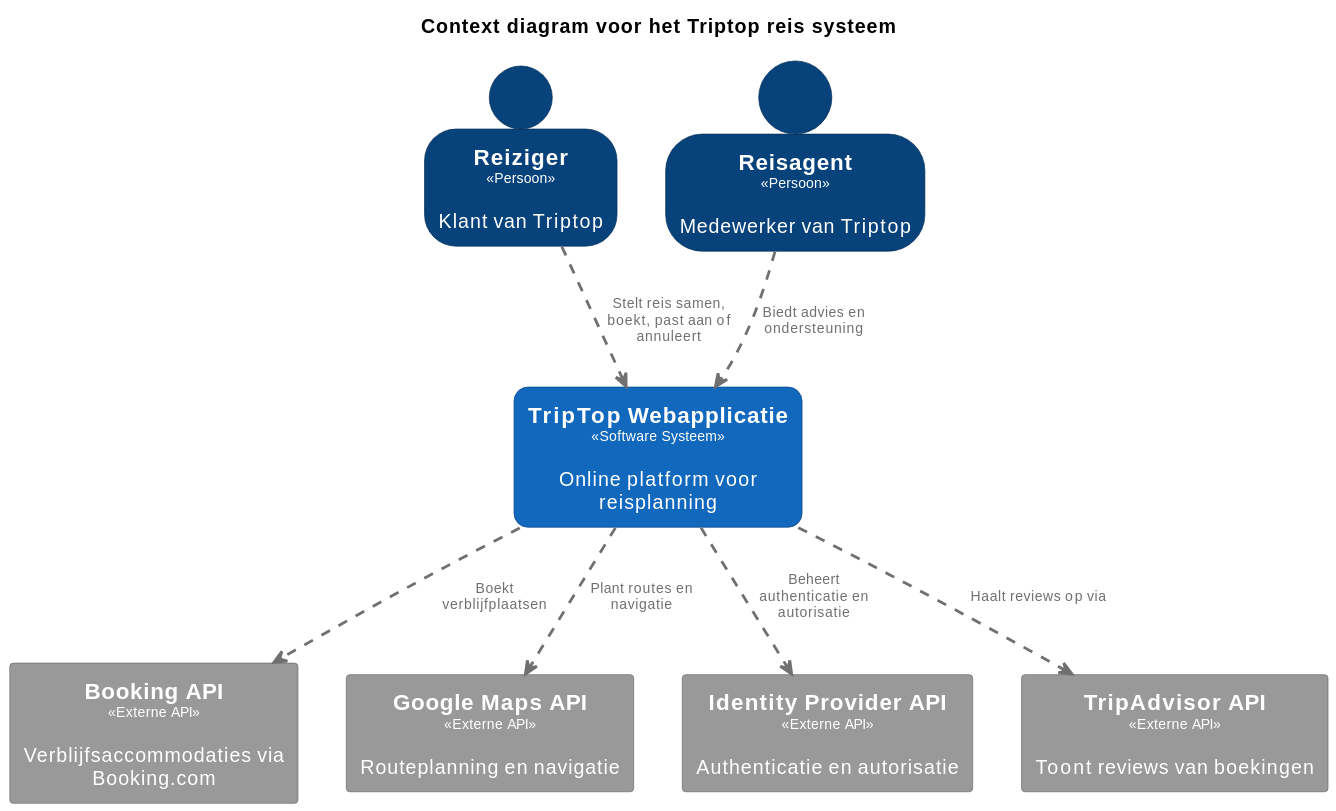
The PlantUML diagram software-guidebook/resources/context-diagram.svg in AIM-ENE-feb25/triptop-groep-b3, before a commit.
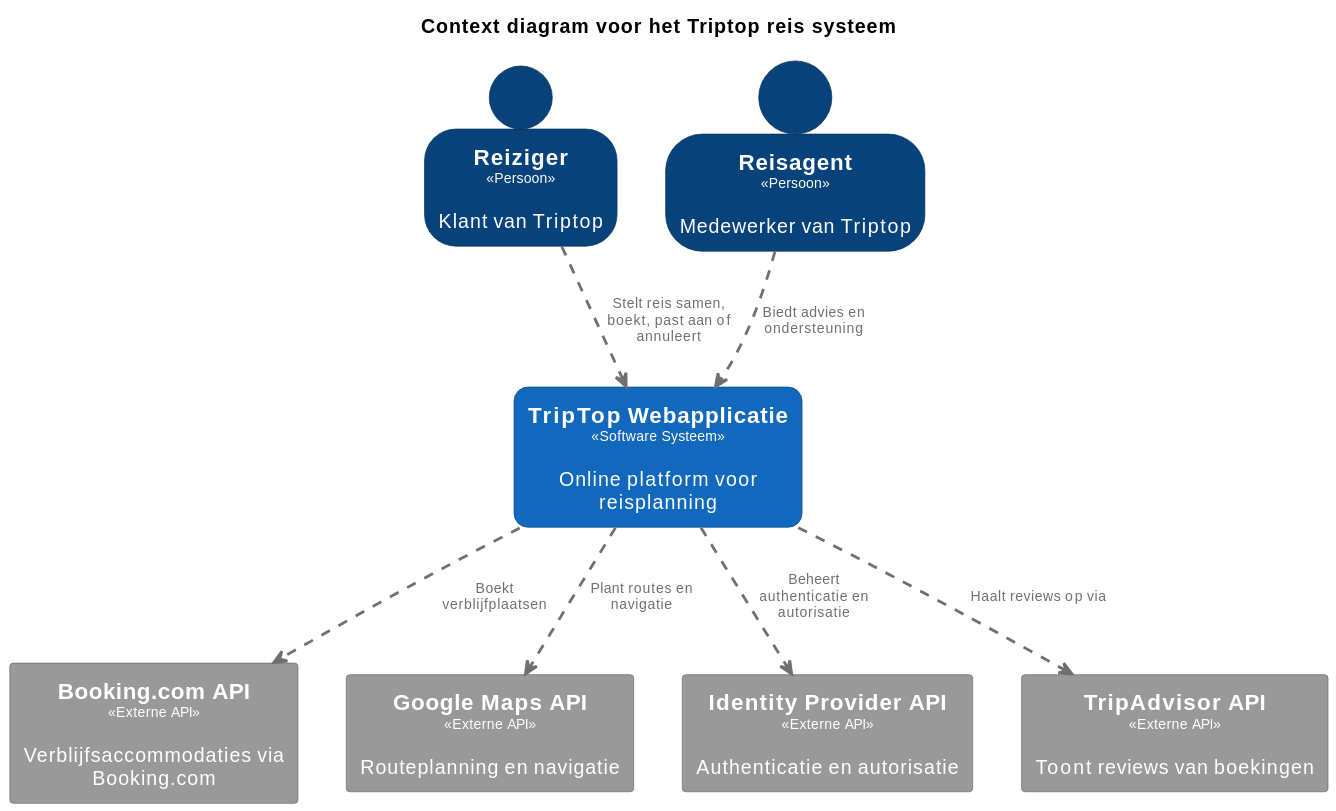
The same file after the commit.

Change to the diagram source:
```diff
@@ -46,7 +46,7 @@
 
 rectangle "==TripTop Webapplicatie\n<size:10><<Software Systeem>></size>\n\nOnline platform voor reisplanning" <<TripTopWebapplicatie>> as TripTopWebapplicatie
 
-rectangle "==Booking API\n<size:10><<Externe API>></size>\n\nVerblijfsaccommodaties via Booking.com" <<ExterneAPI>> as BookingAPI
+rectangle "==Booking.com API\n<size:10><<Externe API>></size>\n\nVerblijfsaccommodaties via Booking.com" <<ExterneAPI>> as BookingAPI
 rectangle "==Google Maps API\n<size:10><<Externe API>></size>\n\nRouteplanning en navigatie" <<ExterneAPI>> as GoogleMapsAPI
 rectangle "==Identity Provider API\n<size:10><<Externe API>></size>\n\nAuthenticatie en autorisatie" <<ExterneAPI>> as IdentityProviderAPI
 rectangle "==TripAdvisor API\n<size:10><<Externe API>></size>\n\nToont reviews van boekingen" <<ExterneAPI>> as TripAdvisor
```
